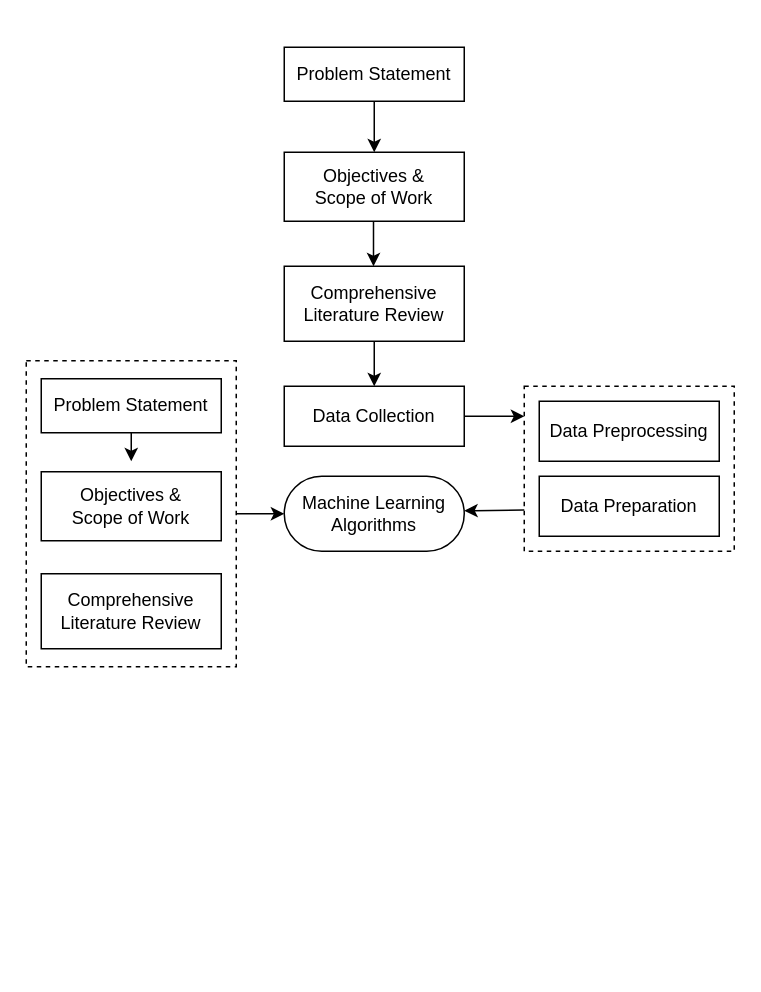
Before: Untitled Diagram.drawio in erkarthikn/SAS, a draw.io diagram. Source tidied: cells renumbered, new cells numbered last; positions are measured from the earlier drawing's top-left corner, leaving out a move shared by most shapes. Both pictures are drawn from the tidied source at 150%, with x=0, y=0 at pixel (26, 46).
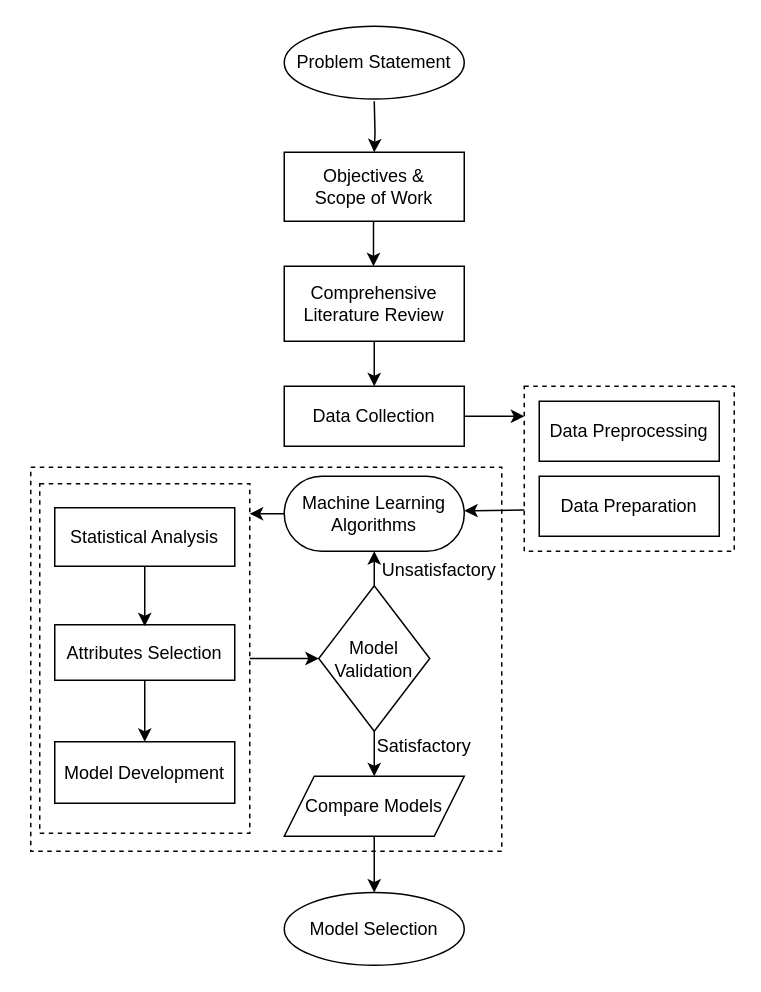
Above is the later version.

Unchanged cells that the change refers to:
```xml
<mxCell id="4" value="Objectives &amp;amp; &lt;br&gt;Scope of Work" style="rounded=0;whiteSpace=wrap;html=1;fontSize=12;glass=0;strokeWidth=1;shadow=0;arcSize=0;imageAspect=0;strokeOpacity=100;" parent="1" vertex="1">
  <mxGeometry x="172" y="70" width="120" height="46" as="geometry" />
</mxCell>
<mxCell id="15" value="Machine Learning Algorithms" style="rounded=1;whiteSpace=wrap;html=1;fillColor=none;arcSize=50;" parent="1" vertex="1">
  <mxGeometry x="172" y="286" width="120" height="50" as="geometry" />
</mxCell>
```

What changed in the source:
```diff
@@
+    <mxCell id="21" style="edgeStyle=orthogonalEdgeStyle;rounded=0;jettySize=auto;html=1;" parent="1" edge="1" source="2" target="27">
+      <mxGeometry relative="1" as="geometry" />
+    </mxCell>
     <mxCell id="2" style="rounded=0;whiteSpace=wrap;html=1;fillColor=none;dashed=1;" parent="1" vertex="1">
-      <mxGeometry y="209" width="140" height="204" as="geometry" />
+      <mxGeometry x="9" y="291" width="140" height="233" as="geometry" />
     </mxCell>
@@
-    <mxCell id="5" style="edgeStyle=orthogonalEdgeStyle;rounded=0;jettySize=auto;html=1;" parent="1" edge="1" source="6" target="4">
-      <mxGeometry relative="1" as="geometry" />
+    <mxCell id="5" style="edgeStyle=orthogonalEdgeStyle;rounded=0;jettySize=auto;html=1;" parent="1" edge="1" target="4">
+      <mxGeometry relative="1" as="geometry">
+        <mxPoint x="232" y="36" as="sourcePoint" />
+      </mxGeometry>
     </mxCell>
-    <mxCell id="6" value="Problem Statement" style="rounded=0;whiteSpace=wrap;html=1;" parent="1" vertex="1">
-      <mxGeometry x="172" width="120" height="36" as="geometry" />
-    </mxCell>
@@
+    <mxCell id="22" style="edgeStyle=orthogonalEdgeStyle;rounded=0;jettySize=auto;html=1;" parent="1" edge="1" source="15">
+      <mxGeometry relative="1" as="geometry">
+        <mxPoint x="149" y="311" as="targetPoint" />
+      </mxGeometry>
+    </mxCell>
@@
+    <mxCell id="23" style="edgeStyle=orthogonalEdgeStyle;rounded=0;jettySize=auto;html=1;" parent="1" edge="1" source="16" target="18">
+      <mxGeometry relative="1" as="geometry" />
+    </mxCell>
-    <mxCell id="16" value="Objectives &amp;amp; &lt;br&gt;Scope of Work" style="rounded=0;whiteSpace=wrap;html=1;fontSize=12;glass=0;strokeWidth=1;shadow=0;arcSize=0;imageAspect=0;strokeOpacity=100;" parent="1" vertex="1">
-      <mxGeometry x="10" y="283" width="120" height="46" as="geometry" />
+    <mxCell id="16" value="Attributes Selection" style="rounded=0;whiteSpace=wrap;html=1;fontSize=12;glass=0;strokeWidth=1;shadow=0;arcSize=0;imageAspect=0;strokeOpacity=100;fillColor=#FFFFFF;" parent="1" vertex="1">
+      <mxGeometry x="19" y="385" width="120" height="37" as="geometry" />
     </mxCell>
+    <mxCell id="24" style="edgeStyle=orthogonalEdgeStyle;rounded=0;jettySize=auto;html=1;" parent="1" edge="1" source="17">
+      <mxGeometry relative="1" as="geometry">
+        <mxPoint x="79" y="386" as="targetPoint" />
+      </mxGeometry>
+    </mxCell>
-    <mxCell id="17" value="Problem Statement" style="rounded=0;whiteSpace=wrap;html=1;" parent="1" vertex="1">
-      <mxGeometry x="10" y="221" width="120" height="36" as="geometry" />
+    <mxCell id="17" value="Statistical Analysis" style="rounded=0;whiteSpace=wrap;html=1;fillColor=#FFFFFF;" parent="1" vertex="1">
+      <mxGeometry x="19" y="307" width="120" height="39" as="geometry" />
     </mxCell>
-    <mxCell id="18" value="Comprehensive Literature Review" style="rounded=0;whiteSpace=wrap;html=1;" parent="1" vertex="1">
-      <mxGeometry x="10" y="351" width="120" height="50" as="geometry" />
+    <mxCell id="18" value="Model Development" style="rounded=0;whiteSpace=wrap;html=1;fillColor=#FFFFFF;" parent="1" vertex="1">
+      <mxGeometry x="19" y="463" width="120" height="41" as="geometry" />
     </mxCell>
-    <mxCell id="19" style="edgeStyle=orthogonalEdgeStyle;rounded=0;jettySize=auto;html=1;exitX=0.5;exitY=1;exitDx=0;exitDy=0;" parent="1" edge="1" source="17">
-      <mxGeometry relative="1" as="geometry">
-        <mxPoint x="70" y="276" as="targetPoint" />
-      </mxGeometry>
-    </mxCell>
-    <mxCell id="20" style="endArrow=classic;html=1;exitX=1;exitY=0.5;exitDx=0;exitDy=0;entryX=0;entryY=0.5;entryDx=0;entryDy=0;" parent="1" edge="1" source="2" target="15">
-      <mxGeometry relative="1" as="geometry" />
-    </mxCell>
+    <mxCell id="25" style="edgeStyle=orthogonalEdgeStyle;rounded=0;jettySize=auto;html=1;" parent="1" edge="1" source="27" target="15">
+      <mxGeometry relative="1" as="geometry" />
+    </mxCell>
+    <mxCell id="26" style="edgeStyle=orthogonalEdgeStyle;rounded=0;jettySize=auto;html=1;" parent="1" edge="1" source="27" target="29">
+      <mxGeometry relative="1" as="geometry" />
+    </mxCell>
+    <mxCell id="27" value="Model &lt;br&gt;Validation" style="rhombus;whiteSpace=wrap;html=1;rounded=1;arcSize=0;fillColor=#FFFFFF;" parent="1" vertex="1">
+      <mxGeometry x="195" y="359" width="74" height="97" as="geometry" />
+    </mxCell>
+    <mxCell id="28" style="edgeStyle=orthogonalEdgeStyle;rounded=0;jettySize=auto;html=1;" parent="1" edge="1" source="29" target="30">
+      <mxGeometry relative="1" as="geometry" />
+    </mxCell>
+    <mxCell id="29" value="Compare Models" style="shape=parallelogram;perimeter=parallelogramPerimeter;whiteSpace=wrap;html=1;fixedSize=1;rounded=1;fillColor=#FFFFFF;arcSize=0;" parent="1" vertex="1">
+      <mxGeometry x="172" y="486" width="120" height="40" as="geometry" />
+    </mxCell>
+    <mxCell id="30" value="Model Selection" style="ellipse;whiteSpace=wrap;html=1;rounded=1;fillColor=#FFFFFF;arcSize=0;" parent="1" vertex="1">
+      <mxGeometry x="172" y="563.5" width="120" height="48.5" as="geometry" />
+    </mxCell>
+    <mxCell id="6" value="Problem Statement" style="ellipse;whiteSpace=wrap;html=1;rounded=1;fillColor=#FFFFFF;arcSize=0;" parent="1" vertex="1">
+      <mxGeometry x="172" y="-14" width="120" height="48.5" as="geometry" />
+    </mxCell>
+    <mxCell id="31" value="Satisfactory" style="text;html=1;align=center;verticalAlign=middle;fillColor=none;strokeColor=none;rounded=0;" parent="1" vertex="1">
+      <mxGeometry x="225" y="456" width="80" height="20" as="geometry" />
+    </mxCell>
+    <mxCell id="32" value="Unsatisfactory" style="text;html=1;align=center;verticalAlign=middle;fillColor=none;strokeColor=none;rounded=0;" parent="1" vertex="1">
+      <mxGeometry x="230" y="339" width="90" height="20" as="geometry" />
+    </mxCell>
+    <mxCell id="33" style="rounded=0;whiteSpace=wrap;html=1;fillColor=none;dashed=1;" parent="1" vertex="1">
+      <mxGeometry x="3" y="280" width="314" height="256" as="geometry" />
+    </mxCell>
```
